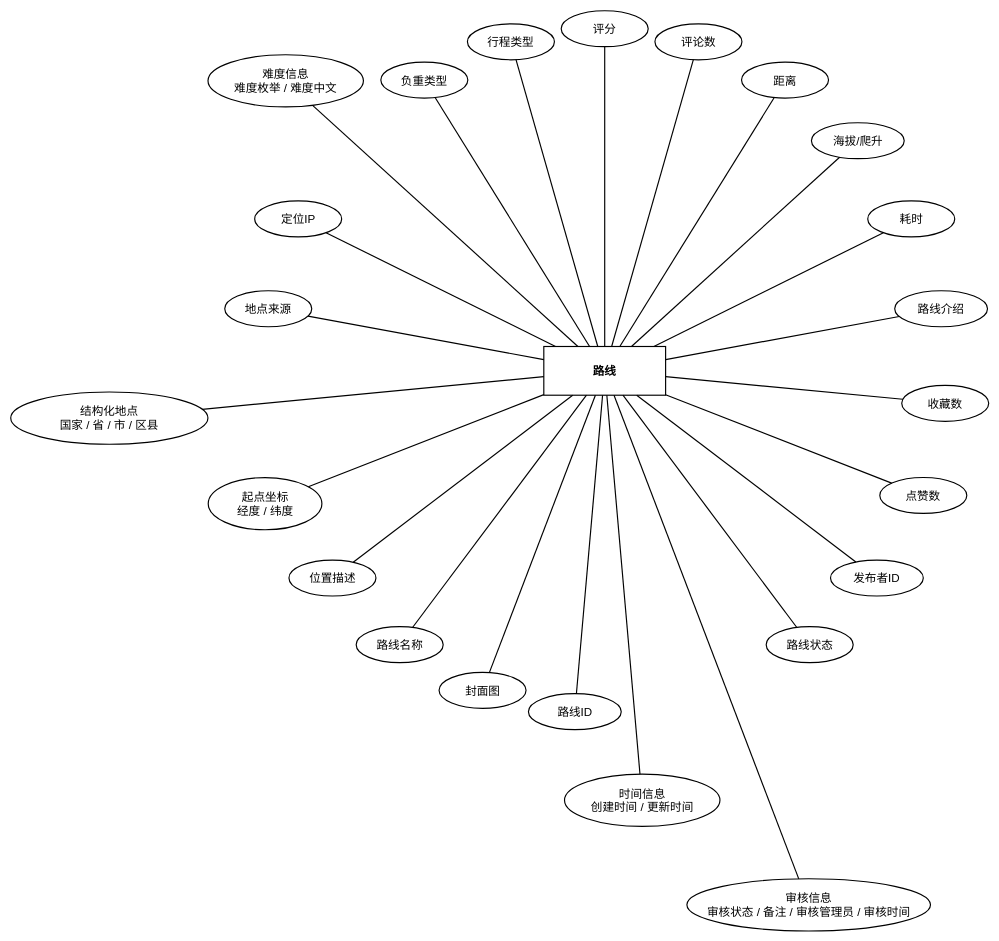
Earlier version of the draw.io diagram DOCS/thesis/figures/entity-diagrams/trails/trails_entity.drawio (612cs/TrailQuest). Source tidied: cells renumbered, new cells numbered last; positions are measured from the earlier drawing's top-left corner, leaving out a move shared by most shapes. Both pictures are drawn from the tidied source at 58%, with x=0, y=0 at pixel (10, 10).
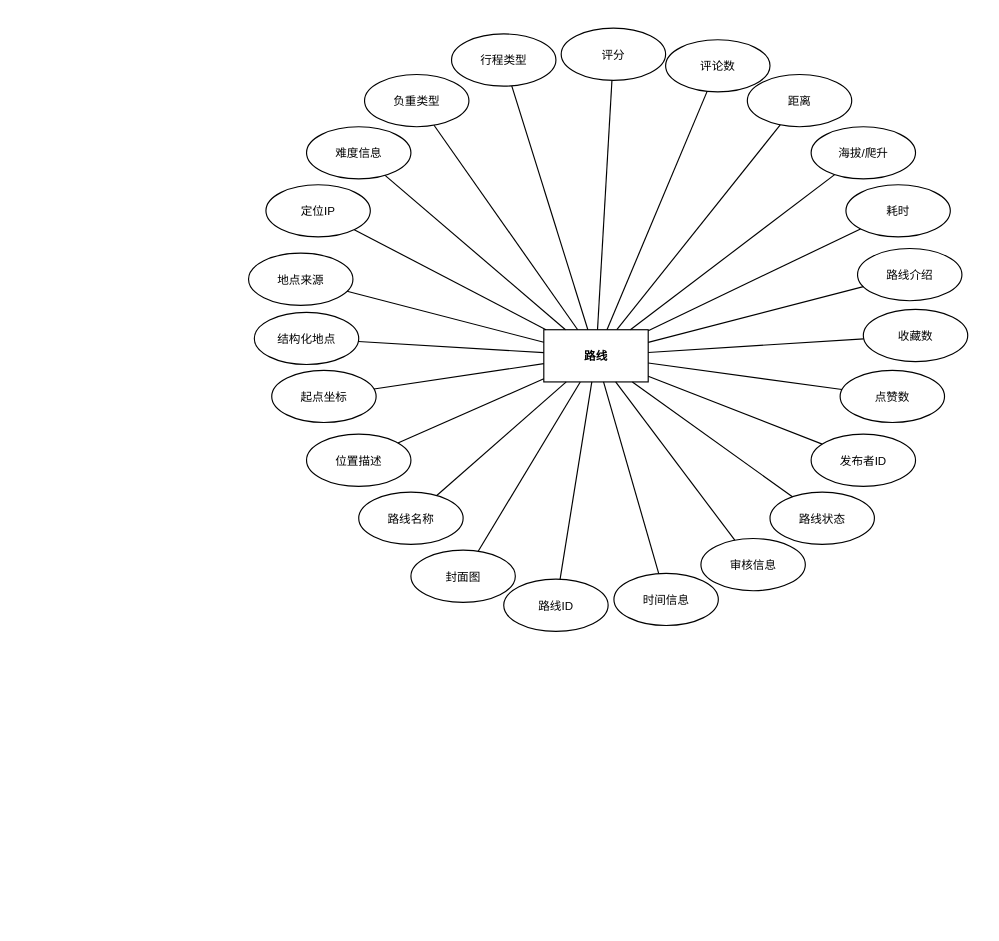
Above is the later version.

The edit, as a diff of the source:
```diff
@@
     <mxCell id="2" value="路线" style="rounded=0;whiteSpace=wrap;html=1;fillColor=none;strokeColor=#000000;fontColor=#000000;fontFamily=Arial;fontSize=20;fontStyle=1;align=center;verticalAlign=middle;strokeWidth=2;gradientColor=none;shadow=0;glass=0;" parent="1" vertex="1">
-      <mxGeometry x="919.1" y="578.9" width="210" height="84" as="geometry" />
+      <mxGeometry x="919.1" y="550" width="180" height="90" as="geometry" />
     </mxCell>
     <mxCell id="3" value="路线ID" style="ellipse;whiteSpace=wrap;html=1;fillColor=none;strokeColor=#000000;fontColor=#000000;fontFamily=Arial;fontSize=20;align=center;verticalAlign=middle;strokeWidth=2;gradientColor=none;shadow=0;glass=0;" parent="1" vertex="1">
-      <mxGeometry x="892.6" y="1177.5" width="160" height="62" as="geometry" />
+      <mxGeometry x="850" y="980" width="180" height="90" as="geometry" />
     </mxCell>
     <mxCell id="4" value="封面图" style="ellipse;whiteSpace=wrap;html=1;fillColor=none;strokeColor=#000000;fontColor=#000000;fontFamily=Arial;fontSize=20;align=center;verticalAlign=middle;strokeWidth=2;gradientColor=none;shadow=0;glass=0;" parent="1" vertex="1">
-      <mxGeometry x="738.5" y="1140.8" width="150" height="62" as="geometry" />
+      <mxGeometry x="690" y="930" width="180" height="90" as="geometry" />
     </mxCell>
     <mxCell id="5" value="路线名称" style="ellipse;whiteSpace=wrap;html=1;fillColor=none;strokeColor=#000000;fontColor=#000000;fontFamily=Arial;fontSize=20;align=center;verticalAlign=middle;strokeWidth=2;gradientColor=none;shadow=0;glass=0;" parent="1" vertex="1">
-      <mxGeometry x="595.6" y="1062" width="150" height="62" as="geometry" />
+      <mxGeometry x="600" y="830" width="180" height="90" as="geometry" />
     </mxCell>
     <mxCell id="6" value="位置描述" style="ellipse;whiteSpace=wrap;html=1;fillColor=none;strokeColor=#000000;fontColor=#000000;fontFamily=Arial;fontSize=20;align=center;verticalAlign=middle;strokeWidth=2;gradientColor=none;shadow=0;glass=0;" parent="1" vertex="1">
-      <mxGeometry x="479.7" y="947.1" width="150" height="62" as="geometry" />
+      <mxGeometry x="510" y="730" width="180" height="90" as="geometry" />
     </mxCell>
-    <mxCell id="7" value="起点坐标&#10;经度 / 纬度" style="ellipse;whiteSpace=wrap;html=1;fillColor=none;strokeColor=#000000;fontColor=#000000;fontFamily=Arial;fontSize=20;align=center;verticalAlign=middle;strokeWidth=2;gradientColor=none;shadow=0;glass=0;" parent="1" vertex="1">
-      <mxGeometry x="340.5" y="804.9" width="196" height="90" as="geometry" />
+    <mxCell id="7" value="起点坐标" style="ellipse;whiteSpace=wrap;html=1;fillColor=none;strokeColor=#000000;fontColor=#000000;fontFamily=Arial;fontSize=20;align=center;verticalAlign=middle;strokeWidth=2;gradientColor=none;shadow=0;glass=0;" parent="1" vertex="1">
+      <mxGeometry x="450" y="620" width="180" height="90" as="geometry" />
     </mxCell>
-    <mxCell id="8" value="结构化地点&#10;国家 / 省 / 市 / 区县" style="ellipse;whiteSpace=wrap;html=1;fillColor=none;strokeColor=#000000;fontColor=#000000;fontFamily=Arial;fontSize=20;align=center;verticalAlign=middle;strokeWidth=2;gradientColor=none;shadow=0;glass=0;" parent="1" vertex="1">
-      <mxGeometry y="657.4" width="340" height="90" as="geometry" />
+    <mxCell id="8" value="结构化地点" style="ellipse;whiteSpace=wrap;html=1;fillColor=none;strokeColor=#000000;fontColor=#000000;fontFamily=Arial;fontSize=20;align=center;verticalAlign=middle;strokeWidth=2;gradientColor=none;shadow=0;glass=0;" parent="1" vertex="1">
+      <mxGeometry x="420" y="520" width="180" height="90" as="geometry" />
     </mxCell>
     <mxCell id="9" value="地点来源" style="ellipse;whiteSpace=wrap;html=1;fillColor=none;strokeColor=#000000;fontColor=#000000;fontFamily=Arial;fontSize=20;align=center;verticalAlign=middle;strokeWidth=2;gradientColor=none;shadow=0;glass=0;" parent="1" vertex="1">
-      <mxGeometry x="369" y="482.8" width="150" height="62" as="geometry" />
+      <mxGeometry x="410" y="417.9" width="180" height="90" as="geometry" />
     </mxCell>
     <mxCell id="10" value="定位IP" style="ellipse;whiteSpace=wrap;html=1;fillColor=none;strokeColor=#000000;fontColor=#000000;fontFamily=Arial;fontSize=20;align=center;verticalAlign=middle;strokeWidth=2;gradientColor=none;shadow=0;glass=0;" parent="1" vertex="1">
-      <mxGeometry x="420.6" y="327.9" width="150" height="62" as="geometry" />
+      <mxGeometry x="440" y="300" width="180" height="90" as="geometry" />
     </mxCell>
-    <mxCell id="11" value="难度信息&#10;难度枚举 / 难度中文" style="ellipse;whiteSpace=wrap;html=1;fillColor=none;strokeColor=#000000;fontColor=#000000;fontFamily=Arial;fontSize=20;align=center;verticalAlign=middle;strokeWidth=2;gradientColor=none;shadow=0;glass=0;" parent="1" vertex="1">
-      <mxGeometry x="340.1" y="75.9" width="268" height="90" as="geometry" />
+    <mxCell id="11" value="难度信息" style="ellipse;whiteSpace=wrap;html=1;fillColor=none;strokeColor=#000000;fontColor=#000000;fontFamily=Arial;fontSize=20;align=center;verticalAlign=middle;strokeWidth=2;gradientColor=none;shadow=0;glass=0;" parent="1" vertex="1">
+      <mxGeometry x="510" y="200" width="180" height="90" as="geometry" />
     </mxCell>
     <mxCell id="12" value="负重类型" style="ellipse;whiteSpace=wrap;html=1;fillColor=none;strokeColor=#000000;fontColor=#000000;fontFamily=Arial;fontSize=20;align=center;verticalAlign=middle;strokeWidth=2;gradientColor=none;shadow=0;glass=0;" parent="1" vertex="1">
-      <mxGeometry x="638.1" y="88.6" width="150" height="62" as="geometry" />
+      <mxGeometry x="610" y="110" width="180" height="90" as="geometry" />
     </mxCell>
     <mxCell id="13" value="行程类型" style="ellipse;whiteSpace=wrap;html=1;fillColor=none;strokeColor=#000000;fontColor=#000000;fontFamily=Arial;fontSize=20;align=center;verticalAlign=middle;strokeWidth=2;gradientColor=none;shadow=0;glass=0;" parent="1" vertex="1">
-      <mxGeometry x="787.4" y="22.6" width="150" height="62" as="geometry" />
+      <mxGeometry x="760" y="40" width="180" height="90" as="geometry" />
     </mxCell>
     <mxCell id="14" value="评分" style="ellipse;whiteSpace=wrap;html=1;fillColor=none;strokeColor=#000000;fontColor=#000000;fontFamily=Arial;fontSize=20;align=center;verticalAlign=middle;strokeWidth=2;gradientColor=none;shadow=0;glass=0;" parent="1" vertex="1">
-      <mxGeometry x="949.1" width="150" height="62" as="geometry" />
+      <mxGeometry x="949.1" y="30" width="180" height="90" as="geometry" />
     </mxCell>
     <mxCell id="15" value="评论数" style="ellipse;whiteSpace=wrap;html=1;fillColor=none;strokeColor=#000000;fontColor=#000000;fontFamily=Arial;fontSize=20;align=center;verticalAlign=middle;strokeWidth=2;gradientColor=none;shadow=0;glass=0;" parent="1" vertex="1">
-      <mxGeometry x="1110.7" y="22.6" width="150" height="62" as="geometry" />
+      <mxGeometry x="1129.1" y="50" width="180" height="90" as="geometry" />
     </mxCell>
     <mxCell id="16" value="距离" style="ellipse;whiteSpace=wrap;html=1;fillColor=none;strokeColor=#000000;fontColor=#000000;fontFamily=Arial;fontSize=20;align=center;verticalAlign=middle;strokeWidth=2;gradientColor=none;shadow=0;glass=0;" parent="1" vertex="1">
-      <mxGeometry x="1260" y="88.6" width="150" height="62" as="geometry" />
+      <mxGeometry x="1270" y="110" width="180" height="90" as="geometry" />
     </mxCell>
     <mxCell id="17" value="海拔/爬升" style="ellipse;whiteSpace=wrap;html=1;fillColor=none;strokeColor=#000000;fontColor=#000000;fontFamily=Arial;fontSize=20;align=center;verticalAlign=middle;strokeWidth=2;gradientColor=none;shadow=0;glass=0;" parent="1" vertex="1">
-      <mxGeometry x="1380.5" y="193.1" width="160" height="62" as="geometry" />
+      <mxGeometry x="1380" y="200" width="180" height="90" as="geometry" />
     </mxCell>
     <mxCell id="18" value="耗时" style="ellipse;whiteSpace=wrap;html=1;fillColor=none;strokeColor=#000000;fontColor=#000000;fontFamily=Arial;fontSize=20;align=center;verticalAlign=middle;strokeWidth=2;gradientColor=none;shadow=0;glass=0;" parent="1" vertex="1">
-      <mxGeometry x="1477.6" y="327.9" width="150" height="62" as="geometry" />
+      <mxGeometry x="1440" y="300" width="180" height="90" as="geometry" />
     </mxCell>
     <mxCell id="19" value="路线介绍" style="ellipse;whiteSpace=wrap;html=1;fillColor=none;strokeColor=#000000;fontColor=#000000;fontFamily=Arial;fontSize=20;align=center;verticalAlign=middle;strokeWidth=2;gradientColor=none;shadow=0;glass=0;" parent="1" vertex="1">
-      <mxGeometry x="1524.1" y="482.8" width="160" height="62" as="geometry" />
+      <mxGeometry x="1460" y="410" width="180" height="90" as="geometry" />
     </mxCell>
     <mxCell id="20" value="收藏数" style="ellipse;whiteSpace=wrap;html=1;fillColor=none;strokeColor=#000000;fontColor=#000000;fontFamily=Arial;fontSize=20;align=center;verticalAlign=middle;strokeWidth=2;gradientColor=none;shadow=0;glass=0;" parent="1" vertex="1">
-      <mxGeometry x="1536.2" y="645.9" width="150" height="62" as="geometry" />
+      <mxGeometry x="1470" y="515" width="180" height="90" as="geometry" />
     </mxCell>
     <mxCell id="21" value="点赞数" style="ellipse;whiteSpace=wrap;html=1;fillColor=none;strokeColor=#000000;fontColor=#000000;fontFamily=Arial;fontSize=20;align=center;verticalAlign=middle;strokeWidth=2;gradientColor=none;shadow=0;glass=0;" parent="1" vertex="1">
-      <mxGeometry x="1498.4" y="804.7" width="150" height="62" as="geometry" />
+      <mxGeometry x="1430" y="620" width="180" height="90" as="geometry" />
     </mxCell>
     <mxCell id="22" value="发布者ID" style="ellipse;whiteSpace=wrap;html=1;fillColor=none;strokeColor=#000000;fontColor=#000000;fontFamily=Arial;fontSize=20;align=center;verticalAlign=middle;strokeWidth=2;gradientColor=none;shadow=0;glass=0;" parent="1" vertex="1">
-      <mxGeometry x="1413.4" y="947.1" width="160" height="62" as="geometry" />
+      <mxGeometry x="1380" y="730" width="180" height="90" as="geometry" />
     </mxCell>
     <mxCell id="23" value="路线状态" style="ellipse;whiteSpace=wrap;html=1;fillColor=none;strokeColor=#000000;fontColor=#000000;fontFamily=Arial;fontSize=20;align=center;verticalAlign=middle;strokeWidth=2;gradientColor=none;shadow=0;glass=0;" parent="1" vertex="1">
-      <mxGeometry x="1302.5" y="1062" width="150" height="62" as="geometry" />
+      <mxGeometry x="1309.1" y="830" width="180" height="90" as="geometry" />
     </mxCell>
-    <mxCell id="24" value="审核信息&#10;审核状态 / 备注 / 审核管理员 / 审核时间" style="ellipse;whiteSpace=wrap;html=1;fillColor=none;strokeColor=#000000;fontColor=#000000;fontFamily=Arial;fontSize=20;align=center;verticalAlign=middle;strokeWidth=2;gradientColor=none;shadow=0;glass=0;" parent="1" vertex="1">
-      <mxGeometry x="1165.8" y="1496.6" width="420" height="90" as="geometry" />
+    <mxCell id="24" value="审核信息" style="ellipse;whiteSpace=wrap;html=1;fillColor=none;strokeColor=#000000;fontColor=#000000;fontFamily=Arial;fontSize=20;align=center;verticalAlign=middle;strokeWidth=2;gradientColor=none;shadow=0;glass=0;" parent="1" vertex="1">
+      <mxGeometry x="1190" y="910" width="180" height="90" as="geometry" />
     </mxCell>
-    <mxCell id="25" value="时间信息&#10;创建时间 / 更新时间" style="ellipse;whiteSpace=wrap;html=1;fillColor=none;strokeColor=#000000;fontColor=#000000;fontFamily=Arial;fontSize=20;align=center;verticalAlign=middle;strokeWidth=2;gradientColor=none;shadow=0;glass=0;" parent="1" vertex="1">
-      <mxGeometry x="954.8" y="1316.2" width="268" height="90" as="geometry" />
+    <mxCell id="25" value="时间信息" style="ellipse;whiteSpace=wrap;html=1;fillColor=none;strokeColor=#000000;fontColor=#000000;fontFamily=Arial;fontSize=20;align=center;verticalAlign=middle;strokeWidth=2;gradientColor=none;shadow=0;glass=0;" parent="1" vertex="1">
+      <mxGeometry x="1040" y="970" width="180" height="90" as="geometry" />
     </mxCell>
```
